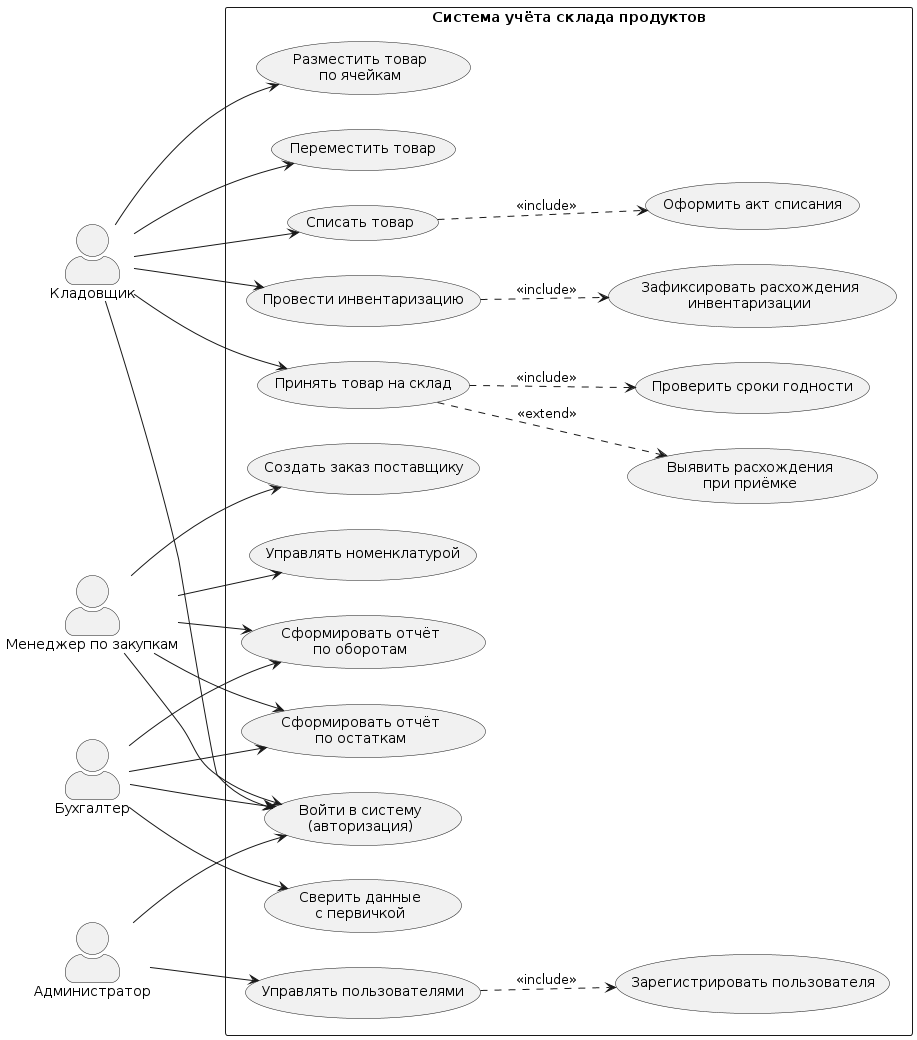
This is docs/use-case.png from matveymastrykov/HelloWorld, a PlantUML export, as it was before one commit. Its diagram source:
```plantuml
@startuml
left to right direction
skinparam packageStyle rectangle
skinparam actorStyle awesome

actor "Кладовщик" as Warehouseman
actor "Менеджер по закупкам" as Manager
actor "Бухгалтер" as Accountant
actor "Администратор" as Admin

rectangle "Система учёта склада продуктов" {

  usecase "Войти в систему\n(авторизация)" as UC_Login

  usecase "Принять товар на склад" as UC_Receive
  usecase "Проверить сроки годности" as UC_CheckExpiry
  usecase "Выявить расхождения\nпри приёмке" as UC_Discrepancy

  usecase "Разместить товар\nпо ячейкам" as UC_Place
  usecase "Переместить товар" as UC_Transfer

  usecase "Списать товар" as UC_Writeoff
  usecase "Оформить акт списания" as UC_ActWriteoff

  usecase "Провести инвентаризацию" as UC_Inventory
  usecase "Зафиксировать расхождения\nинвентаризации" as UC_InvDiscrepancy

  usecase "Управлять номенклатурой" as UC_Nomenclature
  usecase "Создать заказ поставщику" as UC_Order

  usecase "Сформировать отчёт\nпо остаткам" as UC_StockReport
  usecase "Сформировать отчёт\nпо оборотам" as UC_TurnoverReport

  usecase "Сверить данные\nс первичкой" as UC_Reconcile

  usecase "Управлять пользователями" as UC_ManageUsers
  usecase "Зарегистрировать пользователя" as UC_RegisterUser
}

Warehouseman --> UC_Login
Manager --> UC_Login
Accountant --> UC_Login
Admin --> UC_Login

Warehouseman --> UC_Receive
Warehouseman --> UC_Place
Warehouseman --> UC_Transfer
Warehouseman --> UC_Writeoff
Warehouseman --> UC_Inventory

Manager --> UC_Nomenclature
Manager --> UC_Order
Manager --> UC_StockReport
Manager --> UC_TurnoverReport

Accountant --> UC_StockReport
Accountant --> UC_TurnoverReport
Accountant --> UC_Reconcile

Admin --> UC_ManageUsers

UC_Receive ..> UC_CheckExpiry : <<include>>
UC_Writeoff ..> UC_ActWriteoff : <<include>>
UC_Inventory ..> UC_InvDiscrepancy : <<include>>
UC_ManageUsers ..> UC_RegisterUser : <<include>>

UC_Receive ..> UC_Discrepancy : <<extend>>
@enduml
```
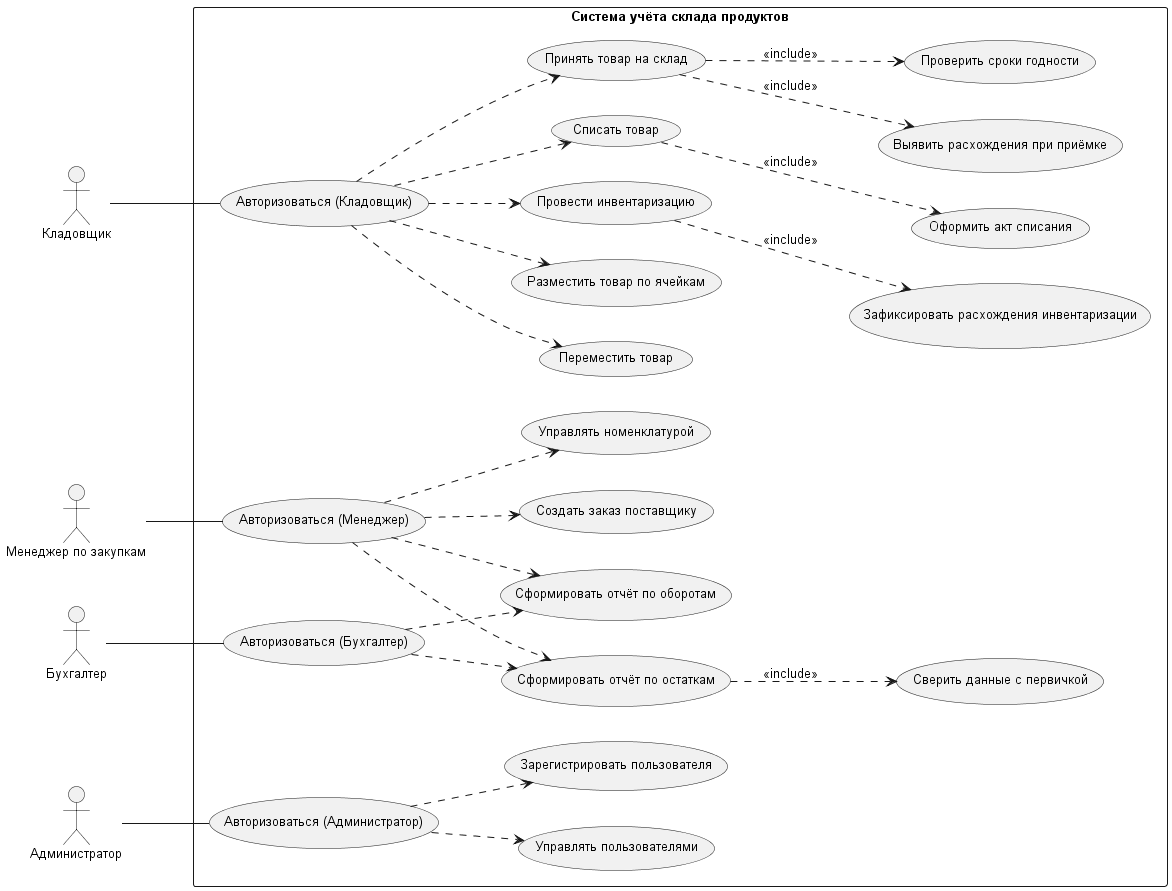
Later version of the same file.

Commit message:
Обновлена диаграмма вариантов использования

Change to the diagram source:
```diff
@@ -1,68 +1,67 @@
 @startuml
 left to right direction
+
+skinparam monochrome true
+skinparam shadowing false
+skinparam defaultFontName Arial
+skinparam defaultFontSize 13
 skinparam packageStyle rectangle
-skinparam actorStyle awesome
 
-actor "Кладовщик" as Warehouseman
-actor "Менеджер по закупкам" as Manager
+actor "Кладовщик" as Storekeeper
+actor "Менеджер по закупкам" as Buyer
 actor "Бухгалтер" as Accountant
 actor "Администратор" as Admin
 
 rectangle "Система учёта склада продуктов" {
+  usecase "Авторизоваться (Кладовщик)" as LoginStorekeeper
+  usecase "Переместить товар" as Move
+  usecase "Разместить товар по ячейкам" as Place
+  usecase "Провести инвентаризацию" as Inventory
+  usecase "Зафиксировать расхождения инвентаризации" as InventoryDiff
+  usecase "Списать товар" as WriteOff
+  usecase "Оформить акт списания" as WriteOffAct
+  usecase "Принять товар на склад" as Receive
+  usecase "Выявить расхождения при приёмке" as ReceiveDiff
+  usecase "Проверить сроки годности" as CheckExpiry
 
-  usecase "Войти в систему\n(авторизация)" as UC_Login
+  usecase "Авторизоваться (Менеджер)" as LoginBuyer
+  usecase "Управлять номенклатурой" as Nomenclature
+  usecase "Создать заказ поставщику" as Order
+  usecase "Сформировать отчёт по остаткам" as StockReport
+  usecase "Сверить данные с первичкой" as Reconcile
+  usecase "Сформировать отчёт по оборотам" as TurnoverReport
 
-  usecase "Принять товар на склад" as UC_Receive
-  usecase "Проверить сроки годности" as UC_CheckExpiry
-  usecase "Выявить расхождения\nпри приёмке" as UC_Discrepancy
+  usecase "Авторизоваться (Бухгалтер)" as LoginAccountant
 
-  usecase "Разместить товар\nпо ячейкам" as UC_Place
-  usecase "Переместить товар" as UC_Transfer
-
-  usecase "Списать товар" as UC_Writeoff
-  usecase "Оформить акт списания" as UC_ActWriteoff
-
-  usecase "Провести инвентаризацию" as UC_Inventory
-  usecase "Зафиксировать расхождения\nинвентаризации" as UC_InvDiscrepancy
-
-  usecase "Управлять номенклатурой" as UC_Nomenclature
-  usecase "Создать заказ поставщику" as UC_Order
-
-  usecase "Сформировать отчёт\nпо остаткам" as UC_StockReport
-  usecase "Сформировать отчёт\nпо оборотам" as UC_TurnoverReport
-
-  usecase "Сверить данные\nс первичкой" as UC_Reconcile
-
-  usecase "Управлять пользователями" as UC_ManageUsers
-  usecase "Зарегистрировать пользователя" as UC_RegisterUser
+  usecase "Авторизоваться (Администратор)" as LoginAdmin
+  usecase "Зарегистрировать пользователя" as RegisterUser
+  usecase "Управлять пользователями" as ManageUsers
 }
 
-Warehouseman --> UC_Login
-Manager --> UC_Login
-Accountant --> UC_Login
-Admin --> UC_Login
+Storekeeper -- LoginStorekeeper
+LoginStorekeeper ..> Move
+LoginStorekeeper ..> Place
+LoginStorekeeper ..> Inventory
+LoginStorekeeper ..> WriteOff
+LoginStorekeeper ..> Receive
 
-Warehouseman --> UC_Receive
-Warehouseman --> UC_Place
-Warehouseman --> UC_Transfer
-Warehouseman --> UC_Writeoff
-Warehouseman --> UC_Inventory
+Inventory ..> InventoryDiff : <<include>>
+WriteOff ..> WriteOffAct : <<include>>
+Receive ..> ReceiveDiff : <<include>>
+Receive ..> CheckExpiry : <<include>>
 
-Manager --> UC_Nomenclature
-Manager --> UC_Order
-Manager --> UC_StockReport
-Manager --> UC_TurnoverReport
+Buyer -- LoginBuyer
+LoginBuyer ..> Nomenclature
+LoginBuyer ..> Order
+LoginBuyer ..> StockReport
+LoginBuyer ..> TurnoverReport
 
-Accountant --> UC_StockReport
-Accountant --> UC_TurnoverReport
-Accountant --> UC_Reconcile
+Accountant -- LoginAccountant
+LoginAccountant ..> StockReport
+LoginAccountant ..> TurnoverReport
+StockReport ..> Reconcile : <<include>>
 
-Admin --> UC_ManageUsers
-
-UC_Receive ..> UC_CheckExpiry : <<include>>
-UC_Writeoff ..> UC_ActWriteoff : <<include>>
-UC_Inventory ..> UC_InvDiscrepancy : <<include>>
-UC_ManageUsers ..> UC_RegisterUser : <<include>>
-
-UC_Receive ..> UC_Discrepancy : <<extend>>
+Admin -- LoginAdmin
+LoginAdmin ..> RegisterUser
+LoginAdmin ..> ManageUsers
 @enduml
```
